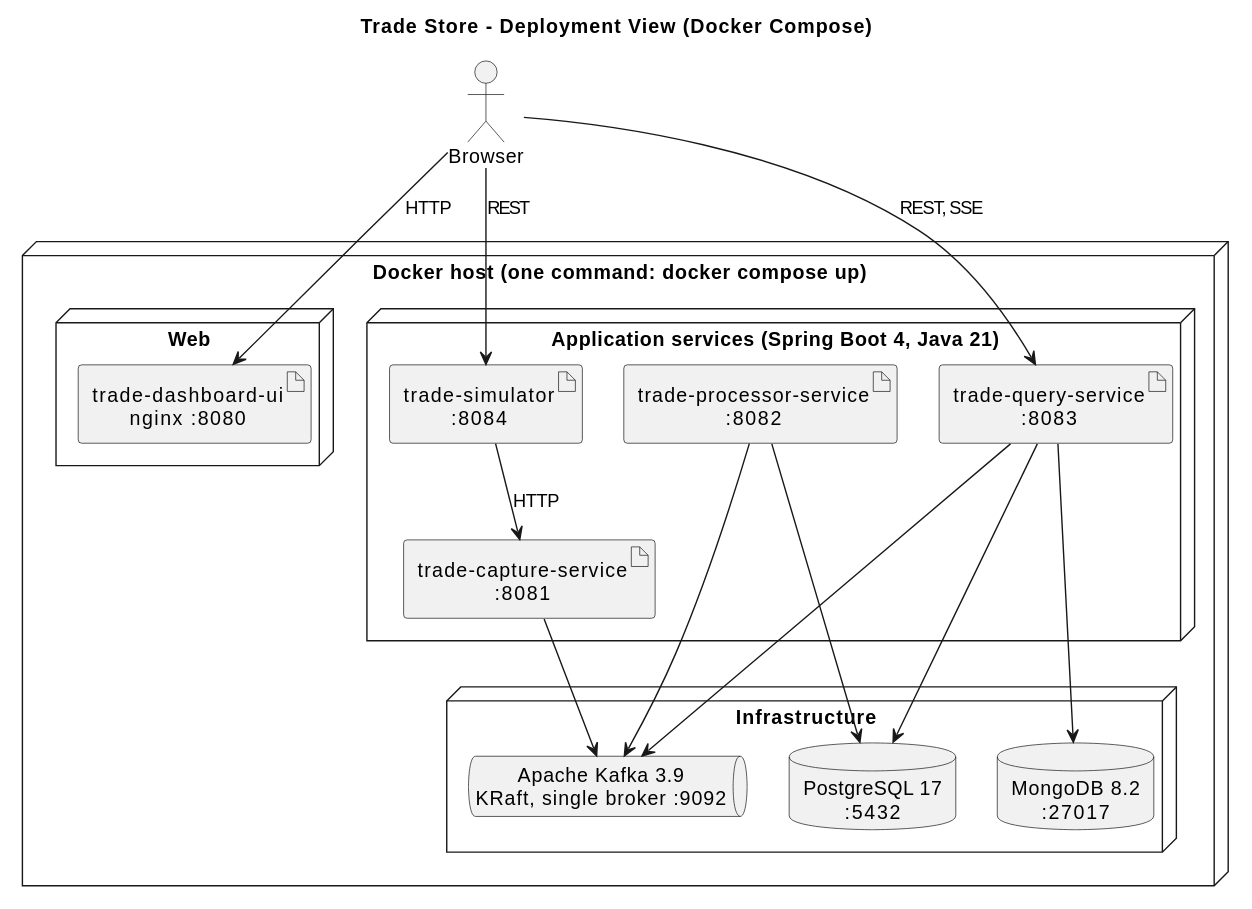
The PlantUML diagram docs/diagrams/deployment.svg in vijaydixitffis/dws-trade-app, before a commit.
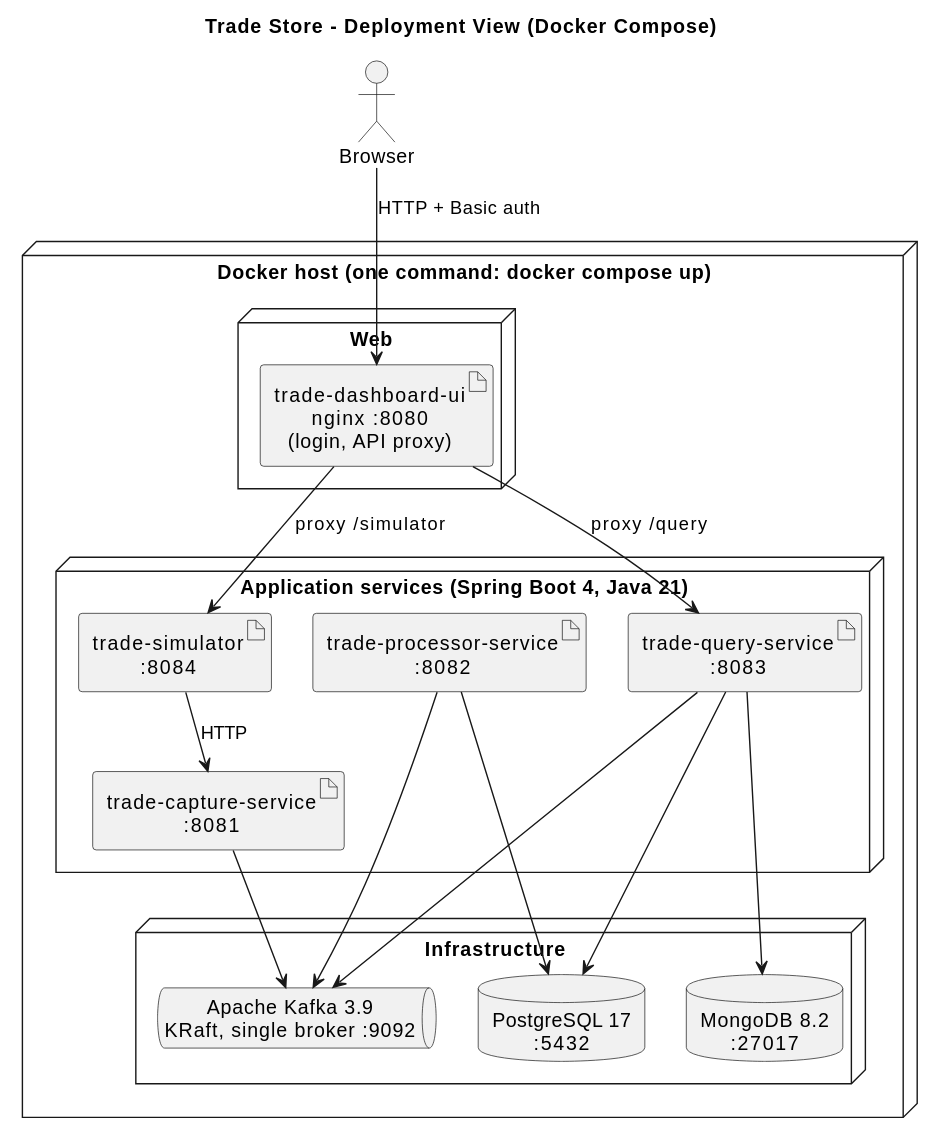
The same diagram one commit later.

The edit, as a diff of the source:
```diff
@@ -9,7 +9,7 @@
 
 node "Docker host (one command: docker compose up)" as host {
   node "Web" as web {
-    artifact "trade-dashboard-ui\nnginx :8080" as ui
+    artifact "trade-dashboard-ui\nnginx :8080\n(login, API proxy)" as ui
   }
   node "Application services (Spring Boot 4, Java 21)" as apps {
     artifact "trade-capture-service\n:8081" as capture
@@ -24,9 +24,9 @@
   }
 }
 
-browser --> ui : HTTP
-browser --> query : REST, SSE
-browser --> sim : REST
+browser --> ui : HTTP + Basic auth
+ui --> query : proxy /query
+ui --> sim : proxy /simulator
 sim --> capture : HTTP
 capture --> kafka
 processor --> kafka
```
